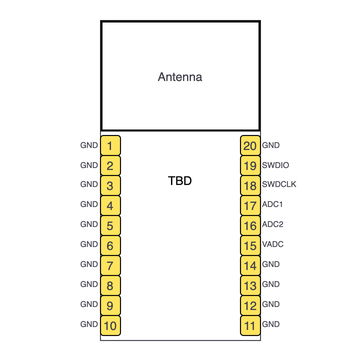
This is hardware/s1-module-images/s1-pinout-diagram.png from siliconwitchery/docs, a draw.io export, as it was before one commit. Source tidied: cells renumbered, new cells last; positions are measured from the earlier drawing's top-left corner, leaving out a move shared by most shapes. Its diagram source:
```xml
<mxGraphModel>
  <root>
    <mxCell id="0" />
    <mxCell id="1" parent="0" />
    <mxCell id="2" style="rounded=0;whiteSpace=wrap;html=1;fillColor=none;strokeColor=none;" parent="1" vertex="1">
      <mxGeometry y="0.5" width="360" height="359.5" as="geometry" />
    </mxCell>
    <mxCell id="3" value="&lt;span style=&quot;font-size: 8px&quot;&gt;GND&lt;/span&gt;" style="text;html=1;strokeColor=none;fillColor=none;align=right;verticalAlign=middle;whiteSpace=wrap;rounded=1;fontColor=#44434D;" parent="1" vertex="1">
      <mxGeometry x="60" y="135" width="40" height="15" as="geometry" />
    </mxCell>
    <mxCell id="4" value="TBD" style="rounded=0;whiteSpace=wrap;html=1;strokeColor=#44434D;fillColor=none;" parent="1" vertex="1">
      <mxGeometry x="100" y="20" width="160" height="320" as="geometry" />
    </mxCell>
    <mxCell id="5" value="&lt;font color=&quot;#44434d&quot;&gt;Antenna&lt;/font&gt;" style="rounded=0;whiteSpace=wrap;html=1;strokeWidth=2;perimeterSpacing=0;glass=0;shadow=0;sketch=0;fillColor=none;" parent="1" vertex="1">
      <mxGeometry x="101" y="21" width="158" height="109" as="geometry" />
    </mxCell>
    <mxCell id="6" value="1" style="rounded=1;whiteSpace=wrap;html=1;strokeWidth=1;fillColor=#FFE45E;fontColor=#44434D;" parent="1" vertex="1">
      <mxGeometry x="100" y="135" width="20" height="20" as="geometry" />
    </mxCell>
    <mxCell id="7" value="2" style="rounded=1;whiteSpace=wrap;html=1;strokeWidth=1;fillColor=#FFE45E;fontColor=#44434D;" parent="1" vertex="1">
      <mxGeometry x="100" y="155" width="20" height="20" as="geometry" />
    </mxCell>
    <mxCell id="8" value="3" style="rounded=1;whiteSpace=wrap;html=1;strokeWidth=1;fillColor=#FFE45E;fontColor=#44434D;" parent="1" vertex="1">
      <mxGeometry x="100" y="175" width="20" height="20" as="geometry" />
    </mxCell>
    <mxCell id="9" value="4" style="rounded=1;whiteSpace=wrap;html=1;strokeWidth=1;fillColor=#FFE45E;fontColor=#44434D;" parent="1" vertex="1">
      <mxGeometry x="100" y="195" width="20" height="20" as="geometry" />
    </mxCell>
    <mxCell id="10" value="5" style="rounded=1;whiteSpace=wrap;html=1;strokeWidth=1;fillColor=#FFE45E;fontColor=#44434D;" parent="1" vertex="1">
      <mxGeometry x="100" y="215" width="20" height="20" as="geometry" />
    </mxCell>
    <mxCell id="11" value="6" style="rounded=1;whiteSpace=wrap;html=1;strokeWidth=1;fillColor=#FFE45E;fontColor=#44434D;" parent="1" vertex="1">
      <mxGeometry x="100" y="235" width="20" height="20" as="geometry" />
    </mxCell>
    <mxCell id="12" value="7" style="rounded=1;whiteSpace=wrap;html=1;strokeWidth=1;fillColor=#FFE45E;fontColor=#44434D;" parent="1" vertex="1">
      <mxGeometry x="100" y="255" width="20" height="20" as="geometry" />
    </mxCell>
    <mxCell id="13" value="8" style="rounded=1;whiteSpace=wrap;html=1;strokeWidth=1;fillColor=#FFE45E;fontColor=#44434D;" parent="1" vertex="1">
      <mxGeometry x="100" y="275" width="20" height="20" as="geometry" />
    </mxCell>
    <mxCell id="14" value="9" style="rounded=1;whiteSpace=wrap;html=1;strokeWidth=1;fillColor=#FFE45E;fontColor=#44434D;" parent="1" vertex="1">
      <mxGeometry x="100" y="295" width="20" height="20" as="geometry" />
    </mxCell>
    <mxCell id="15" value="10" style="rounded=1;whiteSpace=wrap;html=1;strokeWidth=1;fillColor=#FFE45E;fontColor=#44434D;" parent="1" vertex="1">
      <mxGeometry x="100" y="315" width="20" height="20" as="geometry" />
    </mxCell>
    <mxCell id="16" value="&lt;span style=&quot;font-size: 8px&quot;&gt;GND&lt;/span&gt;" style="text;html=1;strokeColor=none;fillColor=none;align=right;verticalAlign=middle;whiteSpace=wrap;rounded=1;fontColor=#44434D;" parent="1" vertex="1">
      <mxGeometry x="60" y="155" width="40" height="15" as="geometry" />
    </mxCell>
    <mxCell id="17" value="&lt;span style=&quot;font-size: 8px&quot;&gt;GND&lt;/span&gt;" style="text;html=1;strokeColor=none;fillColor=none;align=right;verticalAlign=middle;whiteSpace=wrap;rounded=1;fontColor=#44434D;" parent="1" vertex="1">
      <mxGeometry x="60" y="175" width="40" height="15" as="geometry" />
    </mxCell>
    <mxCell id="18" value="&lt;span style=&quot;font-size: 8px&quot;&gt;GND&lt;/span&gt;" style="text;html=1;strokeColor=none;fillColor=none;align=right;verticalAlign=middle;whiteSpace=wrap;rounded=1;fontColor=#44434D;" parent="1" vertex="1">
      <mxGeometry x="60" y="215" width="40" height="15" as="geometry" />
    </mxCell>
    <mxCell id="19" value="&lt;span style=&quot;font-size: 8px&quot;&gt;GND&lt;/span&gt;" style="text;html=1;strokeColor=none;fillColor=none;align=right;verticalAlign=middle;whiteSpace=wrap;rounded=1;fontColor=#44434D;" parent="1" vertex="1">
      <mxGeometry x="60" y="235" width="40" height="15" as="geometry" />
    </mxCell>
    <mxCell id="20" value="&lt;span style=&quot;font-size: 8px&quot;&gt;GND&lt;/span&gt;" style="text;html=1;strokeColor=none;fillColor=none;align=right;verticalAlign=middle;whiteSpace=wrap;rounded=1;fontColor=#44434D;" parent="1" vertex="1">
      <mxGeometry x="60" y="195" width="40" height="15" as="geometry" />
    </mxCell>
    <mxCell id="21" value="&lt;span style=&quot;font-size: 8px&quot;&gt;GND&lt;/span&gt;" style="text;html=1;strokeColor=none;fillColor=none;align=right;verticalAlign=middle;whiteSpace=wrap;rounded=1;fontColor=#44434D;" parent="1" vertex="1">
      <mxGeometry x="60" y="255" width="40" height="15" as="geometry" />
    </mxCell>
    <mxCell id="22" value="&lt;span style=&quot;font-size: 8px&quot;&gt;GND&lt;/span&gt;" style="text;html=1;strokeColor=none;fillColor=none;align=right;verticalAlign=middle;whiteSpace=wrap;rounded=1;fontColor=#44434D;" parent="1" vertex="1">
      <mxGeometry x="60" y="315" width="40" height="15" as="geometry" />
    </mxCell>
    <mxCell id="23" value="&lt;span style=&quot;font-size: 8px&quot;&gt;GND&lt;/span&gt;" style="text;html=1;strokeColor=none;fillColor=none;align=right;verticalAlign=middle;whiteSpace=wrap;rounded=1;fontColor=#44434D;" parent="1" vertex="1">
      <mxGeometry x="60" y="275" width="40" height="15" as="geometry" />
    </mxCell>
    <mxCell id="24" value="&lt;span style=&quot;font-size: 8px&quot;&gt;GND&lt;/span&gt;" style="text;html=1;strokeColor=none;fillColor=none;align=right;verticalAlign=middle;whiteSpace=wrap;rounded=1;fontColor=#44434D;" parent="1" vertex="1">
      <mxGeometry x="60" y="295" width="40" height="15" as="geometry" />
    </mxCell>
    <mxCell id="25" value="20" style="rounded=1;whiteSpace=wrap;html=1;strokeWidth=1;fillColor=#FFE45E;fontColor=#44434D;" parent="1" vertex="1">
      <mxGeometry x="240" y="135" width="20" height="20" as="geometry" />
    </mxCell>
    <mxCell id="26" value="19" style="rounded=1;whiteSpace=wrap;html=1;strokeWidth=1;fillColor=#FFE45E;fontColor=#44434D;" parent="1" vertex="1">
      <mxGeometry x="240" y="155" width="20" height="20" as="geometry" />
    </mxCell>
    <mxCell id="27" value="18" style="rounded=1;whiteSpace=wrap;html=1;strokeWidth=1;fillColor=#FFE45E;fontColor=#44434D;" parent="1" vertex="1">
      <mxGeometry x="240" y="175" width="20" height="20" as="geometry" />
    </mxCell>
    <mxCell id="28" value="17" style="rounded=1;whiteSpace=wrap;html=1;strokeWidth=1;fillColor=#FFE45E;fontColor=#44434D;" parent="1" vertex="1">
      <mxGeometry x="240" y="195" width="20" height="20" as="geometry" />
    </mxCell>
    <mxCell id="29" value="16" style="rounded=1;whiteSpace=wrap;html=1;strokeWidth=1;fillColor=#FFE45E;fontColor=#44434D;" parent="1" vertex="1">
      <mxGeometry x="240" y="215" width="20" height="20" as="geometry" />
    </mxCell>
    <mxCell id="30" value="15" style="rounded=1;whiteSpace=wrap;html=1;strokeWidth=1;fillColor=#FFE45E;fontColor=#44434D;" parent="1" vertex="1">
      <mxGeometry x="240" y="235" width="20" height="20" as="geometry" />
    </mxCell>
    <mxCell id="31" value="14" style="rounded=1;whiteSpace=wrap;html=1;strokeWidth=1;fillColor=#FFE45E;fontColor=#44434D;" parent="1" vertex="1">
      <mxGeometry x="240" y="255" width="20" height="20" as="geometry" />
    </mxCell>
    <mxCell id="32" value="13" style="rounded=1;whiteSpace=wrap;html=1;strokeWidth=1;fillColor=#FFE45E;fontColor=#44434D;" parent="1" vertex="1">
      <mxGeometry x="240" y="275" width="20" height="20" as="geometry" />
    </mxCell>
    <mxCell id="33" value="12" style="rounded=1;whiteSpace=wrap;html=1;strokeWidth=1;fillColor=#FFE45E;fontColor=#44434D;" parent="1" vertex="1">
      <mxGeometry x="240" y="295" width="20" height="20" as="geometry" />
    </mxCell>
    <mxCell id="34" value="11" style="rounded=1;whiteSpace=wrap;html=1;strokeWidth=1;fillColor=#FFE45E;fontColor=#44434D;" parent="1" vertex="1">
      <mxGeometry x="240" y="315" width="20" height="20" as="geometry" />
    </mxCell>
    <mxCell id="35" value="&lt;span style=&quot;font-size: 8px&quot;&gt;GND&lt;/span&gt;" style="text;html=1;strokeColor=none;fillColor=none;align=left;verticalAlign=middle;whiteSpace=wrap;rounded=1;fontColor=#44434D;" parent="1" vertex="1">
      <mxGeometry x="260" y="135" width="40" height="15" as="geometry" />
    </mxCell>
    <mxCell id="36" value="&lt;span style=&quot;font-size: 8px&quot;&gt;SWDIO&lt;/span&gt;" style="text;html=1;strokeColor=none;fillColor=none;align=left;verticalAlign=middle;whiteSpace=wrap;rounded=1;fontColor=#44434D;" parent="1" vertex="1">
      <mxGeometry x="260" y="155" width="40" height="15" as="geometry" />
    </mxCell>
    <mxCell id="37" value="&lt;span style=&quot;font-size: 8px&quot;&gt;SWDCLK&lt;/span&gt;" style="text;html=1;strokeColor=none;fillColor=none;align=left;verticalAlign=middle;whiteSpace=wrap;rounded=1;fontColor=#44434D;" parent="1" vertex="1">
      <mxGeometry x="260" y="175" width="40" height="15" as="geometry" />
    </mxCell>
    <mxCell id="38" value="&lt;span style=&quot;font-size: 8px&quot;&gt;ADC1&lt;/span&gt;" style="text;html=1;strokeColor=none;fillColor=none;align=left;verticalAlign=middle;whiteSpace=wrap;rounded=1;fontColor=#44434D;" parent="1" vertex="1">
      <mxGeometry x="260" y="195" width="40" height="15" as="geometry" />
    </mxCell>
    <mxCell id="39" value="&lt;span style=&quot;font-size: 8px&quot;&gt;ADC2&lt;/span&gt;" style="text;html=1;strokeColor=none;fillColor=none;align=left;verticalAlign=middle;whiteSpace=wrap;rounded=1;fontColor=#44434D;" parent="1" vertex="1">
      <mxGeometry x="260" y="215" width="40" height="15" as="geometry" />
    </mxCell>
    <mxCell id="40" value="&lt;span style=&quot;font-size: 8px&quot;&gt;VADC&lt;/span&gt;" style="text;html=1;strokeColor=none;fillColor=none;align=left;verticalAlign=middle;whiteSpace=wrap;rounded=1;fontColor=#44434D;" parent="1" vertex="1">
      <mxGeometry x="260" y="235" width="40" height="15" as="geometry" />
    </mxCell>
    <mxCell id="41" value="&lt;span style=&quot;font-size: 8px&quot;&gt;GND&lt;/span&gt;" style="text;html=1;strokeColor=none;fillColor=none;align=left;verticalAlign=middle;whiteSpace=wrap;rounded=1;fontColor=#44434D;" parent="1" vertex="1">
      <mxGeometry x="260" y="255" width="40" height="15" as="geometry" />
    </mxCell>
    <mxCell id="42" value="&lt;span style=&quot;font-size: 8px&quot;&gt;GND&lt;/span&gt;" style="text;html=1;strokeColor=none;fillColor=none;align=left;verticalAlign=middle;whiteSpace=wrap;rounded=1;fontColor=#44434D;" parent="1" vertex="1">
      <mxGeometry x="260" y="275" width="40" height="15" as="geometry" />
    </mxCell>
    <mxCell id="43" value="&lt;span style=&quot;font-size: 8px&quot;&gt;GND&lt;/span&gt;" style="text;html=1;strokeColor=none;fillColor=none;align=left;verticalAlign=middle;whiteSpace=wrap;rounded=1;fontColor=#44434D;" parent="1" vertex="1">
      <mxGeometry x="260" y="295" width="40" height="15" as="geometry" />
    </mxCell>
    <mxCell id="44" value="&lt;span style=&quot;font-size: 8px&quot;&gt;GND&lt;/span&gt;" style="text;html=1;strokeColor=none;fillColor=none;align=left;verticalAlign=middle;whiteSpace=wrap;rounded=1;fontColor=#44434D;" parent="1" vertex="1">
      <mxGeometry x="260" y="315" width="40" height="15" as="geometry" />
    </mxCell>
  </root>
</mxGraphModel>
```
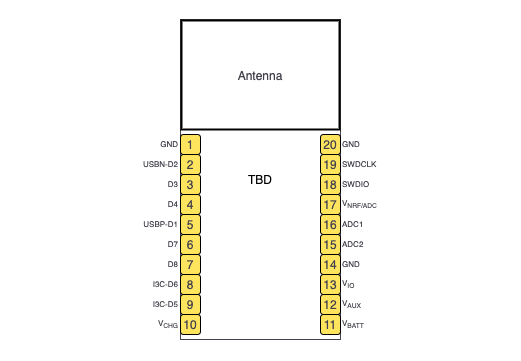
Above is the later version.

Commit message:
added programming diagram

What changed in the source:
```diff
@@ -3,7 +3,7 @@
     <mxCell id="0" />
     <mxCell id="1" parent="0" />
     <mxCell id="2" style="rounded=0;whiteSpace=wrap;html=1;fillColor=none;strokeColor=none;" parent="1" vertex="1">
-      <mxGeometry y="0.5" width="360" height="359.5" as="geometry" />
+      <mxGeometry x="-80" y="0.5" width="520" height="359.5" as="geometry" />
     </mxCell>
     <mxCell id="3" value="&lt;span style=&quot;font-size: 8px&quot;&gt;GND&lt;/span&gt;" style="text;html=1;strokeColor=none;fillColor=none;align=right;verticalAlign=middle;whiteSpace=wrap;rounded=1;fontColor=#44434D;" parent="1" vertex="1">
       <mxGeometry x="60" y="135" width="40" height="15" as="geometry" />
@@ -44,31 +44,31 @@
     <mxCell id="15" value="10" style="rounded=1;whiteSpace=wrap;html=1;strokeWidth=1;fillColor=#FFE45E;fontColor=#44434D;" parent="1" vertex="1">
       <mxGeometry x="100" y="315" width="20" height="20" as="geometry" />
     </mxCell>
-    <mxCell id="16" value="&lt;span style=&quot;font-size: 8px&quot;&gt;GND&lt;/span&gt;" style="text;html=1;strokeColor=none;fillColor=none;align=right;verticalAlign=middle;whiteSpace=wrap;rounded=1;fontColor=#44434D;" parent="1" vertex="1">
+    <mxCell id="16" value="&lt;span style=&quot;font-size: 8px&quot;&gt;USBN-D2&lt;/span&gt;" style="text;html=1;strokeColor=none;fillColor=none;align=right;verticalAlign=middle;whiteSpace=wrap;rounded=1;fontColor=#44434D;" parent="1" vertex="1">
       <mxGeometry x="60" y="155" width="40" height="15" as="geometry" />
     </mxCell>
-    <mxCell id="17" value="&lt;span style=&quot;font-size: 8px&quot;&gt;GND&lt;/span&gt;" style="text;html=1;strokeColor=none;fillColor=none;align=right;verticalAlign=middle;whiteSpace=wrap;rounded=1;fontColor=#44434D;" parent="1" vertex="1">
+    <mxCell id="17" value="&lt;span style=&quot;font-size: 8px&quot;&gt;D3&lt;/span&gt;" style="text;html=1;strokeColor=none;fillColor=none;align=right;verticalAlign=middle;whiteSpace=wrap;rounded=1;fontColor=#44434D;" parent="1" vertex="1">
       <mxGeometry x="60" y="175" width="40" height="15" as="geometry" />
     </mxCell>
-    <mxCell id="18" value="&lt;span style=&quot;font-size: 8px&quot;&gt;GND&lt;/span&gt;" style="text;html=1;strokeColor=none;fillColor=none;align=right;verticalAlign=middle;whiteSpace=wrap;rounded=1;fontColor=#44434D;" parent="1" vertex="1">
+    <mxCell id="18" value="&lt;span style=&quot;font-size: 8px&quot;&gt;USBP-D1&lt;/span&gt;" style="text;html=1;strokeColor=none;fillColor=none;align=right;verticalAlign=middle;whiteSpace=wrap;rounded=1;fontColor=#44434D;" parent="1" vertex="1">
       <mxGeometry x="60" y="215" width="40" height="15" as="geometry" />
     </mxCell>
-    <mxCell id="19" value="&lt;span style=&quot;font-size: 8px&quot;&gt;GND&lt;/span&gt;" style="text;html=1;strokeColor=none;fillColor=none;align=right;verticalAlign=middle;whiteSpace=wrap;rounded=1;fontColor=#44434D;" parent="1" vertex="1">
+    <mxCell id="19" value="&lt;span style=&quot;font-size: 8px&quot;&gt;D7&lt;/span&gt;" style="text;html=1;strokeColor=none;fillColor=none;align=right;verticalAlign=middle;whiteSpace=wrap;rounded=1;fontColor=#44434D;" parent="1" vertex="1">
       <mxGeometry x="60" y="235" width="40" height="15" as="geometry" />
     </mxCell>
-    <mxCell id="20" value="&lt;span style=&quot;font-size: 8px&quot;&gt;GND&lt;/span&gt;" style="text;html=1;strokeColor=none;fillColor=none;align=right;verticalAlign=middle;whiteSpace=wrap;rounded=1;fontColor=#44434D;" parent="1" vertex="1">
+    <mxCell id="20" value="&lt;span style=&quot;font-size: 8px&quot;&gt;D4&lt;/span&gt;" style="text;html=1;strokeColor=none;fillColor=none;align=right;verticalAlign=middle;whiteSpace=wrap;rounded=1;fontColor=#44434D;" parent="1" vertex="1">
       <mxGeometry x="60" y="195" width="40" height="15" as="geometry" />
     </mxCell>
-    <mxCell id="21" value="&lt;span style=&quot;font-size: 8px&quot;&gt;GND&lt;/span&gt;" style="text;html=1;strokeColor=none;fillColor=none;align=right;verticalAlign=middle;whiteSpace=wrap;rounded=1;fontColor=#44434D;" parent="1" vertex="1">
+    <mxCell id="21" value="&lt;span style=&quot;font-size: 8px&quot;&gt;D8&lt;/span&gt;" style="text;html=1;strokeColor=none;fillColor=none;align=right;verticalAlign=middle;whiteSpace=wrap;rounded=1;fontColor=#44434D;" parent="1" vertex="1">
       <mxGeometry x="60" y="255" width="40" height="15" as="geometry" />
     </mxCell>
-    <mxCell id="22" value="&lt;span style=&quot;font-size: 8px&quot;&gt;GND&lt;/span&gt;" style="text;html=1;strokeColor=none;fillColor=none;align=right;verticalAlign=middle;whiteSpace=wrap;rounded=1;fontColor=#44434D;" parent="1" vertex="1">
+    <mxCell id="22" value="&lt;span style=&quot;font-size: 8px&quot;&gt;V&lt;sub&gt;CHG&lt;/sub&gt;&lt;/span&gt;" style="text;html=1;strokeColor=none;fillColor=none;align=right;verticalAlign=middle;whiteSpace=wrap;rounded=1;fontColor=#44434D;" parent="1" vertex="1">
       <mxGeometry x="60" y="315" width="40" height="15" as="geometry" />
     </mxCell>
-    <mxCell id="23" value="&lt;span style=&quot;font-size: 8px&quot;&gt;GND&lt;/span&gt;" style="text;html=1;strokeColor=none;fillColor=none;align=right;verticalAlign=middle;whiteSpace=wrap;rounded=1;fontColor=#44434D;" parent="1" vertex="1">
+    <mxCell id="23" value="&lt;span style=&quot;font-size: 8px&quot;&gt;I3C-D6&lt;/span&gt;" style="text;html=1;strokeColor=none;fillColor=none;align=right;verticalAlign=middle;whiteSpace=wrap;rounded=1;fontColor=#44434D;" parent="1" vertex="1">
       <mxGeometry x="60" y="275" width="40" height="15" as="geometry" />
     </mxCell>
-    <mxCell id="24" value="&lt;span style=&quot;font-size: 8px&quot;&gt;GND&lt;/span&gt;" style="text;html=1;strokeColor=none;fillColor=none;align=right;verticalAlign=middle;whiteSpace=wrap;rounded=1;fontColor=#44434D;" parent="1" vertex="1">
+    <mxCell id="24" value="&lt;span style=&quot;font-size: 8px&quot;&gt;I3C-D5&lt;/span&gt;" style="text;html=1;strokeColor=none;fillColor=none;align=right;verticalAlign=middle;whiteSpace=wrap;rounded=1;fontColor=#44434D;" parent="1" vertex="1">
       <mxGeometry x="60" y="295" width="40" height="15" as="geometry" />
     </mxCell>
     <mxCell id="25" value="20" style="rounded=1;whiteSpace=wrap;html=1;strokeWidth=1;fillColor=#FFE45E;fontColor=#44434D;" parent="1" vertex="1">
@@ -104,31 +104,31 @@
     <mxCell id="35" value="&lt;span style=&quot;font-size: 8px&quot;&gt;GND&lt;/span&gt;" style="text;html=1;strokeColor=none;fillColor=none;align=left;verticalAlign=middle;whiteSpace=wrap;rounded=1;fontColor=#44434D;" parent="1" vertex="1">
       <mxGeometry x="260" y="135" width="40" height="15" as="geometry" />
     </mxCell>
-    <mxCell id="36" value="&lt;span style=&quot;font-size: 8px&quot;&gt;SWDIO&lt;/span&gt;" style="text;html=1;strokeColor=none;fillColor=none;align=left;verticalAlign=middle;whiteSpace=wrap;rounded=1;fontColor=#44434D;" parent="1" vertex="1">
+    <mxCell id="36" value="&lt;span style=&quot;font-size: 8px&quot;&gt;SWDCLK&lt;/span&gt;" style="text;html=1;strokeColor=none;fillColor=none;align=left;verticalAlign=middle;whiteSpace=wrap;rounded=1;fontColor=#44434D;" parent="1" vertex="1">
       <mxGeometry x="260" y="155" width="40" height="15" as="geometry" />
     </mxCell>
-    <mxCell id="37" value="&lt;span style=&quot;font-size: 8px&quot;&gt;SWDCLK&lt;/span&gt;" style="text;html=1;strokeColor=none;fillColor=none;align=left;verticalAlign=middle;whiteSpace=wrap;rounded=1;fontColor=#44434D;" parent="1" vertex="1">
+    <mxCell id="37" value="&lt;span style=&quot;font-size: 8px&quot;&gt;SWDIO&lt;/span&gt;" style="text;html=1;strokeColor=none;fillColor=none;align=left;verticalAlign=middle;whiteSpace=wrap;rounded=1;fontColor=#44434D;" parent="1" vertex="1">
       <mxGeometry x="260" y="175" width="40" height="15" as="geometry" />
     </mxCell>
-    <mxCell id="38" value="&lt;span style=&quot;font-size: 8px&quot;&gt;ADC1&lt;/span&gt;" style="text;html=1;strokeColor=none;fillColor=none;align=left;verticalAlign=middle;whiteSpace=wrap;rounded=1;fontColor=#44434D;" parent="1" vertex="1">
+    <mxCell id="38" value="&lt;span style=&quot;font-size: 8px&quot;&gt;V&lt;sub&gt;NRF/ADC&lt;/sub&gt;&lt;/span&gt;" style="text;html=1;strokeColor=none;fillColor=none;align=left;verticalAlign=middle;whiteSpace=wrap;rounded=1;fontColor=#44434D;" parent="1" vertex="1">
       <mxGeometry x="260" y="195" width="40" height="15" as="geometry" />
     </mxCell>
-    <mxCell id="39" value="&lt;span style=&quot;font-size: 8px&quot;&gt;ADC2&lt;/span&gt;" style="text;html=1;strokeColor=none;fillColor=none;align=left;verticalAlign=middle;whiteSpace=wrap;rounded=1;fontColor=#44434D;" parent="1" vertex="1">
+    <mxCell id="39" value="&lt;span style=&quot;font-size: 8px&quot;&gt;ADC1&lt;/span&gt;" style="text;html=1;strokeColor=none;fillColor=none;align=left;verticalAlign=middle;whiteSpace=wrap;rounded=1;fontColor=#44434D;" parent="1" vertex="1">
       <mxGeometry x="260" y="215" width="40" height="15" as="geometry" />
     </mxCell>
-    <mxCell id="40" value="&lt;span style=&quot;font-size: 8px&quot;&gt;VADC&lt;/span&gt;" style="text;html=1;strokeColor=none;fillColor=none;align=left;verticalAlign=middle;whiteSpace=wrap;rounded=1;fontColor=#44434D;" parent="1" vertex="1">
+    <mxCell id="40" value="&lt;span style=&quot;font-size: 8px&quot;&gt;ADC2&lt;/span&gt;" style="text;html=1;strokeColor=none;fillColor=none;align=left;verticalAlign=middle;whiteSpace=wrap;rounded=1;fontColor=#44434D;" parent="1" vertex="1">
       <mxGeometry x="260" y="235" width="40" height="15" as="geometry" />
     </mxCell>
     <mxCell id="41" value="&lt;span style=&quot;font-size: 8px&quot;&gt;GND&lt;/span&gt;" style="text;html=1;strokeColor=none;fillColor=none;align=left;verticalAlign=middle;whiteSpace=wrap;rounded=1;fontColor=#44434D;" parent="1" vertex="1">
       <mxGeometry x="260" y="255" width="40" height="15" as="geometry" />
     </mxCell>
-    <mxCell id="42" value="&lt;span style=&quot;font-size: 8px&quot;&gt;GND&lt;/span&gt;" style="text;html=1;strokeColor=none;fillColor=none;align=left;verticalAlign=middle;whiteSpace=wrap;rounded=1;fontColor=#44434D;" parent="1" vertex="1">
+    <mxCell id="42" value="&lt;span style=&quot;font-size: 8px&quot;&gt;V&lt;sub&gt;IO&lt;/sub&gt;&lt;/span&gt;" style="text;html=1;strokeColor=none;fillColor=none;align=left;verticalAlign=middle;whiteSpace=wrap;rounded=1;fontColor=#44434D;" parent="1" vertex="1">
       <mxGeometry x="260" y="275" width="40" height="15" as="geometry" />
     </mxCell>
-    <mxCell id="43" value="&lt;span style=&quot;font-size: 8px&quot;&gt;GND&lt;/span&gt;" style="text;html=1;strokeColor=none;fillColor=none;align=left;verticalAlign=middle;whiteSpace=wrap;rounded=1;fontColor=#44434D;" parent="1" vertex="1">
+    <mxCell id="43" value="&lt;span style=&quot;font-size: 8px&quot;&gt;V&lt;sub&gt;AUX&lt;/sub&gt;&lt;/span&gt;" style="text;html=1;strokeColor=none;fillColor=none;align=left;verticalAlign=middle;whiteSpace=wrap;rounded=1;fontColor=#44434D;" parent="1" vertex="1">
       <mxGeometry x="260" y="295" width="40" height="15" as="geometry" />
     </mxCell>
-    <mxCell id="44" value="&lt;span style=&quot;font-size: 8px&quot;&gt;GND&lt;/span&gt;" style="text;html=1;strokeColor=none;fillColor=none;align=left;verticalAlign=middle;whiteSpace=wrap;rounded=1;fontColor=#44434D;" parent="1" vertex="1">
+    <mxCell id="44" value="&lt;span style=&quot;font-size: 8px&quot;&gt;V&lt;sub&gt;BATT&lt;/sub&gt;&lt;/span&gt;" style="text;html=1;strokeColor=none;fillColor=none;align=left;verticalAlign=middle;whiteSpace=wrap;rounded=1;fontColor=#44434D;" parent="1" vertex="1">
       <mxGeometry x="260" y="315" width="40" height="15" as="geometry" />
     </mxCell>
   </root>
```
